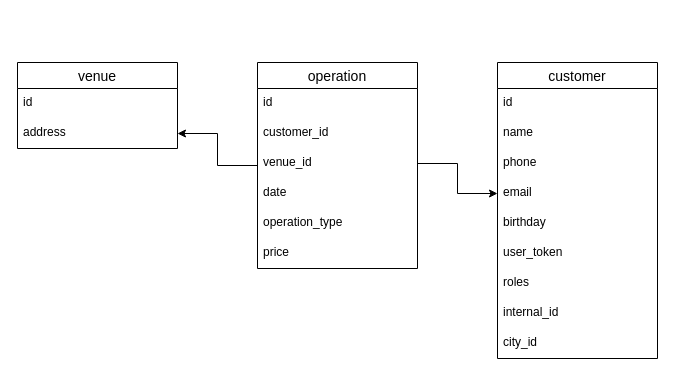
Before: Диаграмма без названия.drawio in arthurshelbaev/99-bottles, a draw.io diagram. Source tidied: cells renumbered, new cells numbered last; positions are measured from the earlier drawing's top-left corner, leaving out a move shared by most shapes. Both pictures are drawn from the tidied source at 100%, with x=0, y=0 at pixel (17, 62).
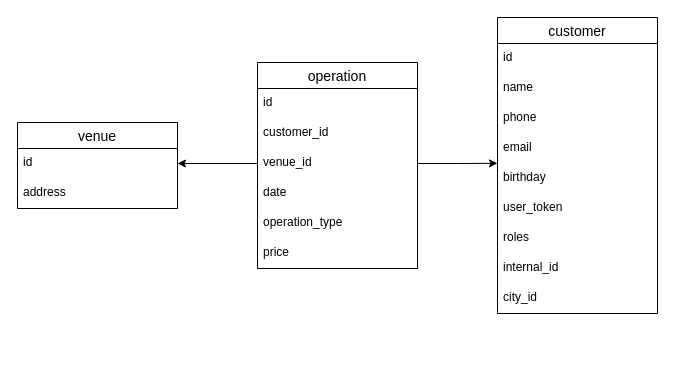
After the change.

Unchanged cells that the change refers to:
```xml
<mxCell id="3" value="id" style="text;strokeColor=none;fillColor=none;spacingLeft=4;spacingRight=4;overflow=hidden;points=[[0,0.5],[1,0.5]];portConstraint=eastwest;fontSize=12;whiteSpace=wrap;html=1;" parent="2" vertex="1">
  <mxGeometry y="26" width="160" height="30" as="geometry" />
</mxCell>
<mxCell id="4" value="address" style="text;strokeColor=none;fillColor=none;spacingLeft=4;spacingRight=4;overflow=hidden;points=[[0,0.5],[1,0.5]];portConstraint=eastwest;fontSize=12;whiteSpace=wrap;html=1;" parent="2" vertex="1">
  <mxGeometry y="56" width="160" height="30" as="geometry" />
</mxCell>
<mxCell id="6" value="operation" style="swimlane;fontStyle=0;horizontal=1;startSize=26;align=center;fontSize=14;" parent="1" vertex="1">
  <mxGeometry x="240" width="160" height="206" as="geometry" />
</mxCell>
<mxCell id="9" value="venue_id" style="text;strokeColor=none;fillColor=none;spacingLeft=4;spacingRight=4;overflow=hidden;points=[[0,0.5],[1,0.5]];portConstraint=eastwest;fontSize=12;whiteSpace=wrap;html=1;" parent="6" vertex="1">
  <mxGeometry y="86" width="160" height="30" as="geometry" />
</mxCell>
<mxCell id="17" value="email" style="text;strokeColor=none;fillColor=none;spacingLeft=4;spacingRight=4;overflow=hidden;points=[[0,0.5],[1,0.5]];portConstraint=eastwest;fontSize=12;whiteSpace=wrap;html=1;" parent="13" vertex="1">
  <mxGeometry y="116" width="160" height="30" as="geometry" />
</mxCell>
```

What changed in the source:
```diff
@@
     <mxCell id="2" value="venue" style="swimlane;fontStyle=0;horizontal=1;startSize=26;align=center;fontSize=14;" parent="1" vertex="1">
-      <mxGeometry width="160" height="86" as="geometry" />
+      <mxGeometry y="60" width="160" height="86" as="geometry" />
     </mxCell>
@@
-    <mxCell id="5" style="edgeStyle=orthogonalEdgeStyle;rounded=0;jettySize=auto;html=1;" parent="1" edge="1" source="6" target="4">
-      <mxGeometry relative="1" as="geometry" />
-    </mxCell>
@@
     <mxCell id="13" value="customer" style="swimlane;fontStyle=0;horizontal=1;startSize=26;align=center;fontSize=14;" parent="1" vertex="1">
-      <mxGeometry x="480" width="160" height="296" as="geometry" />
+      <mxGeometry x="480" y="-45" width="160" height="296" as="geometry" />
     </mxCell>
@@
-    <mxCell id="23" style="edgeStyle=orthogonalEdgeStyle;rounded=0;jettySize=auto;html=1;" parent="1" edge="1" source="9" target="17">
-      <mxGeometry relative="1" as="geometry" />
-    </mxCell>
+    <mxCell id="24" style="edgeStyle=orthogonalEdgeStyle;rounded=0;jettySize=auto;html=1;entryX=1;entryY=0.5;entryDx=0;entryDy=0;" parent="1" edge="1" source="9" target="3">
+      <mxGeometry relative="1" as="geometry" />
+    </mxCell>
+    <mxCell id="25" style="edgeStyle=orthogonalEdgeStyle;rounded=0;jettySize=auto;html=1;exitX=1;exitY=0.5;exitDx=0;exitDy=0;" parent="1" edge="1" source="9">
+      <mxGeometry relative="1" as="geometry">
+        <mxPoint x="480" y="100.8" as="targetPoint" />
+      </mxGeometry>
+    </mxCell>
```
